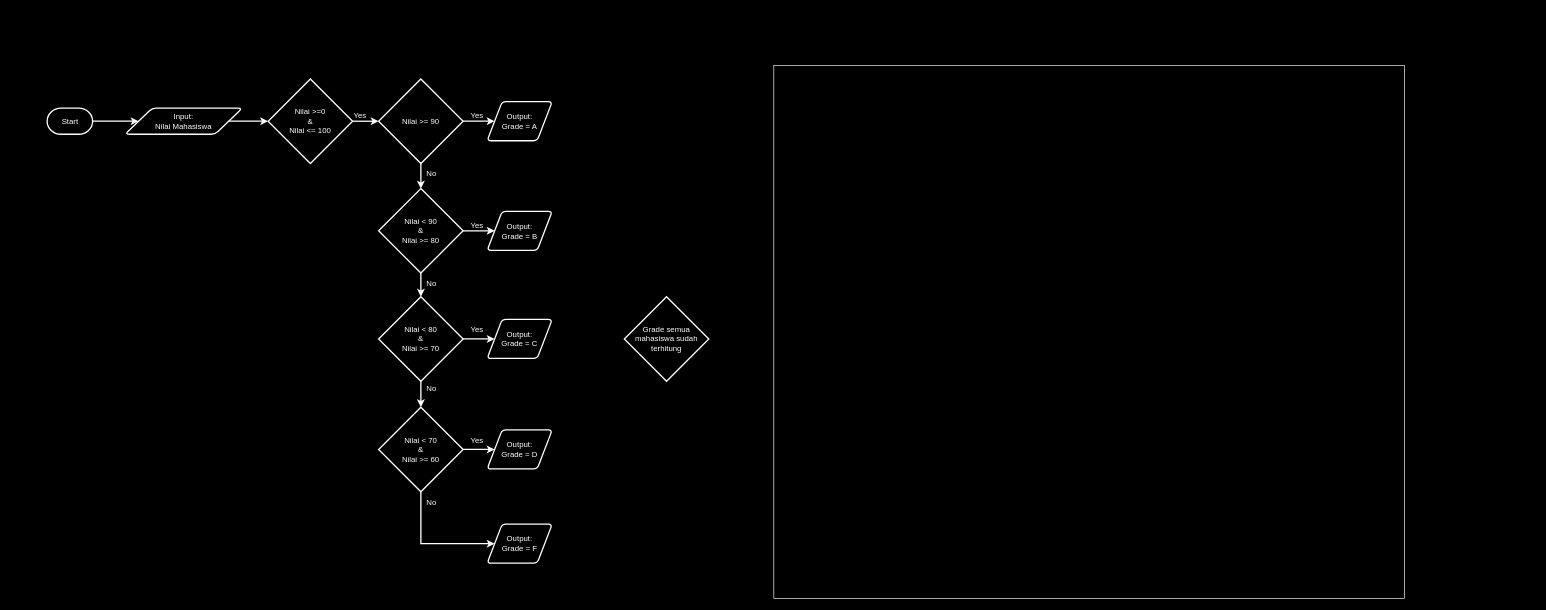
This is COMP6112036-S4-F01.drawio from danang-id/diagrams, a draw.io file, before an edit. Source tidied: cells renumbered, new cells numbered last; positions are measured from the earlier drawing's top-left corner, leaving out a move shared by most shapes. Both pictures are drawn from the tidied source at 65%, with x=0, y=0 at pixel (47, 65).
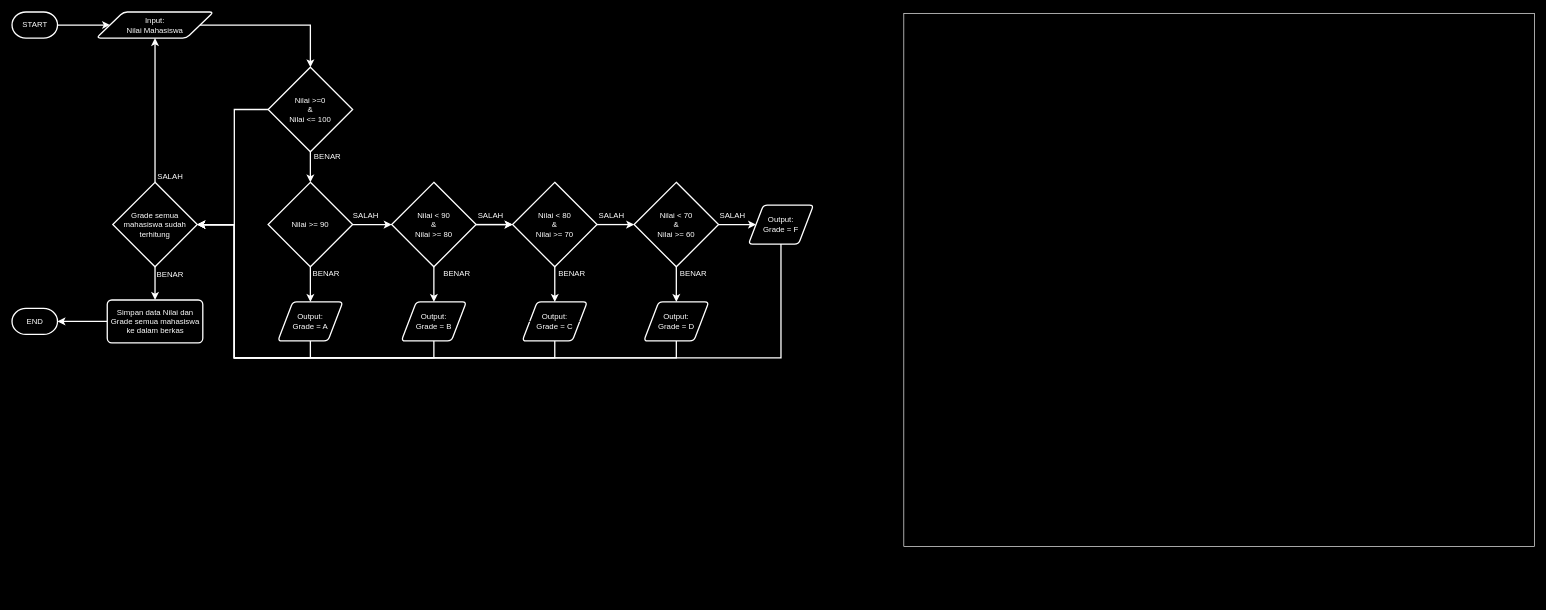
The same page after the edit.

The change refers to these unchanged cells:
```xml
<mxCell id="9" style="edgeStyle=orthogonalEdgeStyle;rounded=0;jettySize=auto;html=1;fontSize=12;fillColor=#000000;strokeColor=#FFFFFF;fontColor=#FFFFFF;strokeWidth=2;" parent="1" edge="1" source="6" target="8">
  <mxGeometry relative="1" as="geometry" />
</mxCell>
<mxCell id="12" style="edgeStyle=orthogonalEdgeStyle;rounded=0;jettySize=auto;html=1;fontSize=12;fillColor=#000000;strokeColor=#FFFFFF;fontColor=#FFFFFF;strokeWidth=2;" parent="1" edge="1" source="8" target="11">
  <mxGeometry relative="1" as="geometry" />
</mxCell>
<mxCell id="15" style="edgeStyle=orthogonalEdgeStyle;rounded=0;jettySize=auto;html=1;fontSize=12;fillColor=#000000;strokeColor=#FFFFFF;fontColor=#FFFFFF;strokeWidth=2;" parent="1" edge="1" source="8" target="14">
  <mxGeometry relative="1" as="geometry" />
</mxCell>
<mxCell id="21" style="edgeStyle=orthogonalEdgeStyle;rounded=0;jettySize=auto;html=1;fontSize=12;fillColor=#000000;strokeColor=#FFFFFF;fontColor=#FFFFFF;strokeWidth=2;" parent="1" edge="1" source="14" target="20">
  <mxGeometry relative="1" as="geometry" />
</mxCell>
<mxCell id="29" style="edgeStyle=orthogonalEdgeStyle;rounded=0;jettySize=auto;html=1;fontSize=12;fillColor=#000000;strokeColor=#FFFFFF;fontColor=#FFFFFF;strokeWidth=2;" parent="1" edge="1" source="20" target="28">
  <mxGeometry relative="1" as="geometry" />
</mxCell>
<mxCell id="32" style="edgeStyle=orthogonalEdgeStyle;rounded=0;jettySize=auto;html=1;fontSize=12;fillColor=#000000;strokeColor=#FFFFFF;fontColor=#FFFFFF;strokeWidth=2;" parent="1" edge="1" source="20" target="31">
  <mxGeometry relative="1" as="geometry" />
</mxCell>
<mxCell id="35" style="edgeStyle=orthogonalEdgeStyle;rounded=0;jettySize=auto;html=1;fontSize=12;fillColor=#000000;strokeColor=#FFFFFF;fontColor=#FFFFFF;strokeWidth=2;" parent="1" edge="1" source="31" target="34">
  <mxGeometry relative="1" as="geometry" />
</mxCell>
```

Diff of the diagram source:
```diff
@@
     <mxCell id="2" style="rounded=0;whiteSpace=wrap;html=1;strokeColor=#FFFFFF;fillColor=#000000;" parent="1" vertex="1">
-      <mxGeometry x="1118" width="970" height="820" as="geometry" />
+      <mxGeometry x="1318" y="-80" width="970" height="820" as="geometry" />
     </mxCell>
-    <mxCell id="3" value="Start" style="strokeWidth=2;html=1;shape=mxgraph.flowchart.terminator;fillColor=#000000;fontColor=#FFFFFF;strokeColor=#FFFFFF;" parent="1" vertex="1">
-      <mxGeometry y="66" width="70" height="40" as="geometry" />
+    <mxCell id="3" value="START" style="strokeWidth=2;html=1;shape=mxgraph.flowchart.terminator;fillColor=#000000;fontColor=#FFFFFF;strokeColor=#FFFFFF;" parent="1" vertex="1">
+      <mxGeometry x="-54" y="-82" width="70" height="40" as="geometry" />
     </mxCell>
     <mxCell id="4" value="Input:&lt;br&gt;Nilai Mahasiswa" style="shape=parallelogram;html=1;strokeWidth=2;perimeter=parallelogramPerimeter;whiteSpace=wrap;rounded=1;arcSize=12;size=0.23;fillColor=#000000;strokeColor=#FFFFFF;fontColor=#FFFFFF;" parent="1" vertex="1">
-      <mxGeometry x="120" y="66" width="180" height="40" as="geometry" />
+      <mxGeometry x="76" y="-82" width="180" height="40" as="geometry" />
     </mxCell>
@@
+    <mxCell id="41" style="edgeStyle=orthogonalEdgeStyle;shape=connector;rounded=0;jettySize=auto;html=1;exitX=0;exitY=0.5;exitDx=0;exitDy=0;exitPerimeter=0;entryX=1;entryY=0.5;entryDx=0;entryDy=0;entryPerimeter=0;labelBackgroundColor=default;strokeColor=#FFFFFF;strokeWidth=2;fontFamily=Helvetica;fontSize=12;fontColor=#FFFFFF;endArrow=classic;fillColor=#000000;" parent="1" edge="1" source="6" target="40">
+      <mxGeometry relative="1" as="geometry">
+        <Array as="points">
+          <mxPoint x="288" y="68" />
+          <mxPoint x="288" y="245" />
+        </Array>
+      </mxGeometry>
+    </mxCell>
     <mxCell id="6" value="Nilai &amp;gt;=0&lt;br&gt;&amp;amp;&lt;br&gt;Nilai &amp;lt;= 100" style="strokeWidth=2;html=1;shape=mxgraph.flowchart.decision;whiteSpace=wrap;fillColor=#000000;strokeColor=#FFFFFF;fontColor=#FFFFFF;" parent="1" vertex="1">
-      <mxGeometry x="340" y="21" width="130" height="130" as="geometry" />
+      <mxGeometry x="340" y="3" width="130" height="130" as="geometry" />
     </mxCell>
@@
     <mxCell id="8" value="Nilai &amp;gt;= 90" style="strokeWidth=2;html=1;shape=mxgraph.flowchart.decision;whiteSpace=wrap;fillColor=#000000;strokeColor=#FFFFFF;fontColor=#FFFFFF;" parent="1" vertex="1">
-      <mxGeometry x="510" y="21" width="130" height="130" as="geometry" />
+      <mxGeometry x="340" y="180" width="130" height="130" as="geometry" />
     </mxCell>
@@
-    <mxCell id="10" value="Yes" style="edgeLabel;html=1;align=center;verticalAlign=middle;fontSize=12;fillColor=#000000;strokeColor=#FFFFFF;fontColor=#FFFFFF;strokeWidth=2;labelBackgroundColor=none;" parent="9" vertex="1">
+    <mxCell id="10" value="BENAR" style="edgeLabel;html=1;align=center;verticalAlign=middle;fontSize=12;fillColor=#000000;strokeColor=#FFFFFF;fontColor=#FFFFFF;strokeWidth=2;labelBackgroundColor=none;" parent="9" vertex="1">
       <mxGeometry x="0.1" y="1" relative="1" as="geometry">
-        <mxPoint x="-12" y="-9" as="offset" />
+        <mxPoint x="24" y="-19" as="offset" />
       </mxGeometry>
     </mxCell>
+    <mxCell id="42" style="edgeStyle=orthogonalEdgeStyle;shape=connector;rounded=0;jettySize=auto;html=1;exitX=0.5;exitY=1;exitDx=0;exitDy=0;entryX=1;entryY=0.5;entryDx=0;entryDy=0;entryPerimeter=0;labelBackgroundColor=default;strokeColor=#FFFFFF;strokeWidth=2;fontFamily=Helvetica;fontSize=12;fontColor=#FFFFFF;endArrow=classic;fillColor=#000000;" parent="1" edge="1" source="11" target="40">
+      <mxGeometry relative="1" as="geometry">
+        <Array as="points">
+          <mxPoint x="405" y="450" />
+          <mxPoint x="288" y="450" />
+          <mxPoint x="288" y="245" />
+        </Array>
+      </mxGeometry>
+    </mxCell>
     <mxCell id="11" value="Output:&lt;br&gt;Grade = A" style="shape=parallelogram;html=1;strokeWidth=2;perimeter=parallelogramPerimeter;whiteSpace=wrap;rounded=1;arcSize=12;size=0.23;fillColor=#000000;strokeColor=#FFFFFF;fontColor=#FFFFFF;" parent="1" vertex="1">
-      <mxGeometry x="677" y="56" width="100" height="60" as="geometry" />
+      <mxGeometry x="355" y="364" width="100" height="60" as="geometry" />
     </mxCell>
@@
-    <mxCell id="13" value="Yes" style="edgeLabel;html=1;align=center;verticalAlign=middle;fontSize=12;fillColor=#000000;strokeColor=#FFFFFF;fontColor=#FFFFFF;strokeWidth=2;labelBackgroundColor=none;" parent="12" vertex="1">
+    <mxCell id="13" value="BENAR" style="edgeLabel;html=1;align=center;verticalAlign=middle;fontSize=12;fillColor=#000000;strokeColor=#FFFFFF;fontColor=#FFFFFF;strokeWidth=2;labelBackgroundColor=none;" parent="12" vertex="1">
       <mxGeometry x="-0.08" y="9" relative="1" as="geometry">
-        <mxPoint x="1" y="-1" as="offset" />
+        <mxPoint x="14" y="-15" as="offset" />
       </mxGeometry>
     </mxCell>
+    <mxCell id="18" style="edgeStyle=orthogonalEdgeStyle;shape=connector;rounded=0;jettySize=auto;html=1;labelBackgroundColor=default;strokeColor=#FFFFFF;strokeWidth=2;fontFamily=Helvetica;fontSize=12;fontColor=#FFFFFF;endArrow=classic;fillColor=#000000;" parent="1" edge="1" source="14" target="17">
+      <mxGeometry relative="1" as="geometry" />
+    </mxCell>
     <mxCell id="14" value="Nilai &amp;lt; 90&lt;br&gt;&amp;amp;&lt;br&gt;Nilai &amp;gt;= 80" style="strokeWidth=2;html=1;shape=mxgraph.flowchart.decision;whiteSpace=wrap;fillColor=#000000;strokeColor=#FFFFFF;fontColor=#FFFFFF;" parent="1" vertex="1">
-      <mxGeometry x="510" y="189.6" width="130" height="130" as="geometry" />
+      <mxGeometry x="530" y="180" width="130" height="130" as="geometry" />
     </mxCell>
@@
-    <mxCell id="16" value="No" style="edgeLabel;html=1;align=center;verticalAlign=middle;fontSize=12;fillColor=#000000;strokeColor=#FFFFFF;fontColor=#FFFFFF;strokeWidth=2;labelBackgroundColor=none;" parent="15" vertex="1">
+    <mxCell id="16" value="SALAH" style="edgeLabel;html=1;align=center;verticalAlign=middle;fontSize=12;fillColor=#000000;strokeColor=#FFFFFF;fontColor=#FFFFFF;strokeWidth=2;labelBackgroundColor=none;" parent="15" vertex="1">
       <mxGeometry x="0.53" relative="1" as="geometry">
-        <mxPoint x="15" y="-14" as="offset" />
+        <mxPoint x="-27" y="-15" as="offset" />
       </mxGeometry>
     </mxCell>
-    <mxCell id="17" value="Output:&lt;br&gt;Grade = B" style="shape=parallelogram;html=1;strokeWidth=2;perimeter=parallelogramPerimeter;whiteSpace=wrap;rounded=1;arcSize=12;size=0.23;fillColor=#000000;strokeColor=#FFFFFF;fontColor=#FFFFFF;" parent="1" vertex="1">
-      <mxGeometry x="677" y="224.6" width="100" height="60" as="geometry" />
-    </mxCell>
-    <mxCell id="18" style="edgeStyle=orthogonalEdgeStyle;rounded=0;jettySize=auto;html=1;fontSize=12;fillColor=#000000;strokeColor=#FFFFFF;fontColor=#FFFFFF;strokeWidth=2;" parent="1" edge="1" source="14" target="17">
-      <mxGeometry relative="1" as="geometry" />
-    </mxCell>
-    <mxCell id="19" value="Yes" style="edgeLabel;html=1;align=center;verticalAlign=middle;fontSize=12;fillColor=#000000;strokeColor=#FFFFFF;fontColor=#FFFFFF;strokeWidth=2;labelBackgroundColor=none;" parent="18" vertex="1">
-      <mxGeometry x="-0.04" y="3" relative="1" as="geometry">
-        <mxPoint y="-6" as="offset" />
-      </mxGeometry>
-    </mxCell>
-    <mxCell id="20" value="Nilai &amp;lt; 80&lt;br&gt;&amp;amp;&lt;br&gt;Nilai &amp;gt;= 70" style="strokeWidth=2;html=1;shape=mxgraph.flowchart.decision;whiteSpace=wrap;fillColor=#000000;strokeColor=#FFFFFF;fontColor=#FFFFFF;" parent="1" vertex="1">
-      <mxGeometry x="510" y="356" width="130" height="130" as="geometry" />
-    </mxCell>
@@
-    <mxCell id="22" value="No" style="edgeLabel;html=1;align=center;verticalAlign=middle;fontSize=12;fillColor=#000000;strokeColor=#FFFFFF;fontColor=#FFFFFF;strokeWidth=2;labelBackgroundColor=none;" parent="21" vertex="1">
+    <mxCell id="22" value="SALAH" style="edgeLabel;html=1;align=center;verticalAlign=middle;fontSize=12;fillColor=#000000;strokeColor=#FFFFFF;fontColor=#FFFFFF;strokeWidth=2;labelBackgroundColor=none;" parent="21" vertex="1">
       <mxGeometry x="-0.66" y="-5" relative="1" as="geometry">
-        <mxPoint x="20" y="9" as="offset" />
+        <mxPoint x="11" y="-20" as="offset" />
       </mxGeometry>
     </mxCell>
-    <mxCell id="23" style="edgeStyle=orthogonalEdgeStyle;rounded=0;jettySize=auto;html=1;" parent="1" edge="1" source="28" target="40">
-      <mxGeometry relative="1" as="geometry" />
-    </mxCell>
-    <mxCell id="24" style="edgeStyle=orthogonalEdgeStyle;rounded=0;jettySize=auto;html=1;exitX=1;exitY=0.5;exitDx=0;exitDy=0;" parent="1" edge="1" source="28" target="40">
-      <mxGeometry relative="1" as="geometry" />
-    </mxCell>
-    <mxCell id="25" style="edgeStyle=orthogonalEdgeStyle;rounded=0;jettySize=auto;html=1;exitX=1;exitY=0.5;exitDx=0;exitDy=0;" parent="1" edge="1" source="28" target="40">
-      <mxGeometry relative="1" as="geometry" />
-    </mxCell>
-    <mxCell id="26" style="edgeStyle=orthogonalEdgeStyle;rounded=0;jettySize=auto;html=1;exitX=1;exitY=0.5;exitDx=0;exitDy=0;entryX=0;entryY=0.5;entryDx=0;entryDy=0;entryPerimeter=0;" parent="1" edge="1" source="28" target="40">
-      <mxGeometry relative="1" as="geometry" />
-    </mxCell>
-    <mxCell id="27" style="edgeStyle=orthogonalEdgeStyle;rounded=0;jettySize=auto;html=1;exitX=1;exitY=0.5;exitDx=0;exitDy=0;" parent="1" edge="1" source="28">
+    <mxCell id="27" style="edgeStyle=orthogonalEdgeStyle;rounded=0;jettySize=auto;html=1;exitX=1;exitY=0.5;exitDx=0;exitDy=0;" parent="1" edge="1" source="17">
       <mxGeometry relative="1" as="geometry">
-        <mxPoint x="888" y="421.2" as="targetPoint" />
+        <mxPoint x="870" y="421.2" as="targetPoint" />
       </mxGeometry>
     </mxCell>
+    <mxCell id="43" style="edgeStyle=orthogonalEdgeStyle;shape=connector;rounded=0;jettySize=auto;html=1;exitX=0.5;exitY=1;exitDx=0;exitDy=0;entryX=1;entryY=0.5;entryDx=0;entryDy=0;entryPerimeter=0;labelBackgroundColor=default;strokeColor=#FFFFFF;strokeWidth=2;fontFamily=Helvetica;fontSize=12;fontColor=#FFFFFF;endArrow=classic;fillColor=#000000;" parent="1" edge="1" source="28" target="40">
+      <mxGeometry relative="1" as="geometry">
+        <Array as="points">
+          <mxPoint x="781" y="450" />
+          <mxPoint x="288" y="450" />
+          <mxPoint x="288" y="245" />
+        </Array>
+      </mxGeometry>
+    </mxCell>
     <mxCell id="28" value="Output:&lt;br&gt;Grade = C" style="shape=parallelogram;html=1;strokeWidth=2;perimeter=parallelogramPerimeter;whiteSpace=wrap;rounded=1;arcSize=12;size=0.23;fillColor=#000000;strokeColor=#FFFFFF;fontColor=#FFFFFF;" parent="1" vertex="1">
-      <mxGeometry x="677" y="391" width="100" height="60" as="geometry" />
+      <mxGeometry x="731" y="364" width="100" height="60" as="geometry" />
     </mxCell>
@@
-    <mxCell id="30" value="Yes" style="edgeLabel;html=1;align=center;verticalAlign=middle;fontSize=12;fillColor=#000000;strokeColor=#FFFFFF;fontColor=#FFFFFF;strokeWidth=2;labelBackgroundColor=none;" parent="29" vertex="1">
+    <mxCell id="30" value="BENAR" style="edgeLabel;html=1;align=center;verticalAlign=middle;fontSize=12;fillColor=#000000;strokeColor=#FFFFFF;fontColor=#FFFFFF;strokeWidth=2;labelBackgroundColor=none;" parent="29" vertex="1">
       <mxGeometry x="-0.04" y="3" relative="1" as="geometry">
-        <mxPoint y="-12" as="offset" />
+        <mxPoint x="22" y="-16" as="offset" />
       </mxGeometry>
     </mxCell>
+    <mxCell id="38" style="edgeStyle=orthogonalEdgeStyle;shape=connector;rounded=0;jettySize=auto;html=1;labelBackgroundColor=default;strokeColor=#FFFFFF;strokeWidth=2;fontFamily=Helvetica;fontSize=12;fontColor=#FFFFFF;endArrow=classic;fillColor=#000000;" parent="1" edge="1" source="31" target="37">
+      <mxGeometry relative="1" as="geometry" />
+    </mxCell>
     <mxCell id="31" value="Nilai &amp;lt; 70&lt;br&gt;&amp;amp;&lt;br&gt;Nilai &amp;gt;= 60" style="strokeWidth=2;html=1;shape=mxgraph.flowchart.decision;whiteSpace=wrap;fillColor=#000000;strokeColor=#FFFFFF;fontColor=#FFFFFF;" parent="1" vertex="1">
-      <mxGeometry x="510" y="526" width="130" height="130" as="geometry" />
+      <mxGeometry x="903" y="180" width="130" height="130" as="geometry" />
     </mxCell>
@@
-    <mxCell id="33" value="No" style="edgeLabel;html=1;align=center;verticalAlign=middle;fontSize=12;fillColor=#000000;strokeColor=#FFFFFF;fontColor=#FFFFFF;strokeWidth=2;labelBackgroundColor=none;" parent="32" vertex="1">
+    <mxCell id="33" value="SALAH" style="edgeLabel;html=1;align=center;verticalAlign=middle;fontSize=12;fillColor=#000000;strokeColor=#FFFFFF;fontColor=#FFFFFF;strokeWidth=2;labelBackgroundColor=none;" parent="32" vertex="1">
       <mxGeometry x="-0.52" y="1" relative="1" as="geometry">
-        <mxPoint x="14" as="offset" />
+        <mxPoint x="7" y="-14" as="offset" />
       </mxGeometry>
     </mxCell>
+    <mxCell id="44" style="edgeStyle=orthogonalEdgeStyle;shape=connector;rounded=0;jettySize=auto;html=1;exitX=0.5;exitY=1;exitDx=0;exitDy=0;entryX=1;entryY=0.5;entryDx=0;entryDy=0;entryPerimeter=0;labelBackgroundColor=default;strokeColor=#FFFFFF;strokeWidth=2;fontFamily=Helvetica;fontSize=12;fontColor=#FFFFFF;endArrow=classic;fillColor=#000000;" parent="1" edge="1" source="34" target="40">
+      <mxGeometry relative="1" as="geometry">
+        <Array as="points">
+          <mxPoint x="968" y="450" />
+          <mxPoint x="288" y="450" />
+          <mxPoint x="288" y="245" />
+        </Array>
+      </mxGeometry>
+    </mxCell>
     <mxCell id="34" value="Output:&lt;br&gt;Grade = D" style="shape=parallelogram;html=1;strokeWidth=2;perimeter=parallelogramPerimeter;whiteSpace=wrap;rounded=1;arcSize=12;size=0.23;fillColor=#000000;strokeColor=#FFFFFF;fontColor=#FFFFFF;" parent="1" vertex="1">
-      <mxGeometry x="677" y="561" width="100" height="60" as="geometry" />
+      <mxGeometry x="918" y="364" width="100" height="60" as="geometry" />
     </mxCell>
@@
-    <mxCell id="36" value="Yes" style="edgeLabel;html=1;align=center;verticalAlign=middle;fontSize=12;fillColor=#000000;strokeColor=#FFFFFF;fontColor=#FFFFFF;strokeWidth=2;labelBackgroundColor=none;" parent="35" vertex="1">
+    <mxCell id="36" value="BENAR" style="edgeLabel;html=1;align=center;verticalAlign=middle;fontSize=12;fillColor=#000000;strokeColor=#FFFFFF;fontColor=#FFFFFF;strokeWidth=2;labelBackgroundColor=none;" parent="35" vertex="1">
       <mxGeometry x="-0.22" y="-4" relative="1" as="geometry">
-        <mxPoint x="1" y="-11" as="offset" />
+        <mxPoint x="29" y="-12" as="offset" />
       </mxGeometry>
     </mxCell>
+    <mxCell id="45" style="edgeStyle=orthogonalEdgeStyle;shape=connector;rounded=0;jettySize=auto;html=1;exitX=0.5;exitY=1;exitDx=0;exitDy=0;entryX=1;entryY=0.5;entryDx=0;entryDy=0;entryPerimeter=0;labelBackgroundColor=default;strokeColor=#FFFFFF;strokeWidth=2;fontFamily=Helvetica;fontSize=12;fontColor=#FFFFFF;endArrow=classic;fillColor=#000000;" parent="1" edge="1" source="37" target="40">
+      <mxGeometry relative="1" as="geometry">
+        <Array as="points">
+          <mxPoint x="1129" y="450" />
+          <mxPoint x="288" y="450" />
+          <mxPoint x="288" y="245" />
+        </Array>
+      </mxGeometry>
+    </mxCell>
     <mxCell id="37" value="Output:&lt;br&gt;Grade = F" style="shape=parallelogram;html=1;strokeWidth=2;perimeter=parallelogramPerimeter;whiteSpace=wrap;rounded=1;arcSize=12;size=0.23;fillColor=#000000;strokeColor=#FFFFFF;fontColor=#FFFFFF;" parent="1" vertex="1">
-      <mxGeometry x="677" y="706" width="100" height="60" as="geometry" />
+      <mxGeometry x="1079" y="215" width="100" height="60" as="geometry" />
     </mxCell>
-    <mxCell id="38" style="edgeStyle=orthogonalEdgeStyle;rounded=0;jettySize=auto;html=1;exitX=0.5;exitY=1;exitDx=0;exitDy=0;exitPerimeter=0;entryX=0;entryY=0.5;entryDx=0;entryDy=0;fontSize=12;fillColor=#000000;strokeColor=#FFFFFF;fontColor=#FFFFFF;strokeWidth=2;" parent="1" edge="1" source="31" target="37">
-      <mxGeometry relative="1" as="geometry">
-        <Array as="points">
-          <mxPoint x="575" y="736" />
-        </Array>
-      </mxGeometry>
-    </mxCell>
-    <mxCell id="39" value="No" style="edgeLabel;html=1;align=center;verticalAlign=middle;fontSize=12;fillColor=#000000;strokeColor=#FFFFFF;fontColor=#FFFFFF;strokeWidth=2;labelBackgroundColor=none;" parent="38" vertex="1">
-      <mxGeometry x="-0.83" y="-2" relative="1" as="geometry">
-        <mxPoint x="17" as="offset" />
-      </mxGeometry>
-    </mxCell>
+    <mxCell id="46" style="edgeStyle=orthogonalEdgeStyle;shape=connector;rounded=0;jettySize=auto;html=1;labelBackgroundColor=default;strokeColor=#FFFFFF;strokeWidth=2;fontFamily=Helvetica;fontSize=12;fontColor=#FFFFFF;endArrow=classic;fillColor=#000000;" parent="1" edge="1" source="40" target="4">
+      <mxGeometry relative="1" as="geometry" />
+    </mxCell>
+    <mxCell id="47" value="SALAH" style="edgeLabel;html=1;align=center;verticalAlign=middle;fontSize=12;fontFamily=Helvetica;fontColor=#FFFFFF;fillColor=#000000;strokeColor=#FFFFFF;labelBackgroundColor=none;strokeWidth=2;" parent="46" vertex="1">
+      <mxGeometry x="-0.14" y="2" relative="1" as="geometry">
+        <mxPoint x="24" y="85" as="offset" />
+      </mxGeometry>
+    </mxCell>
+    <mxCell id="48" style="edgeStyle=orthogonalEdgeStyle;shape=connector;rounded=0;jettySize=auto;html=1;labelBackgroundColor=default;strokeColor=#FFFFFF;strokeWidth=2;fontFamily=Helvetica;fontSize=12;fontColor=#FFFFFF;endArrow=classic;fillColor=#000000;" parent="1" edge="1" source="40" target="57">
+      <mxGeometry relative="1" as="geometry" />
+    </mxCell>
+    <mxCell id="49" value="BENAR" style="edgeLabel;html=1;align=center;verticalAlign=middle;fontSize=12;fontFamily=Helvetica;fontColor=#FFFFFF;fillColor=#000000;strokeColor=#FFFFFF;labelBackgroundColor=none;strokeWidth=2;" parent="48" vertex="1">
+      <mxGeometry x="-0.74" y="-2" relative="1" as="geometry">
+        <mxPoint x="24" y="4" as="offset" />
+      </mxGeometry>
+    </mxCell>
     <mxCell id="40" value="Grade semua mahasiswa sudah terhitung" style="strokeWidth=2;html=1;shape=mxgraph.flowchart.decision;whiteSpace=wrap;fillColor=#000000;strokeColor=#FFFFFF;fontColor=#FFFFFF;" parent="1" vertex="1">
-      <mxGeometry x="888" y="356" width="130" height="130" as="geometry" />
+      <mxGeometry x="101" y="180" width="130" height="130" as="geometry" />
     </mxCell>
+    <mxCell id="50" style="edgeStyle=orthogonalEdgeStyle;rounded=0;jettySize=auto;html=1;fontSize=12;fillColor=#000000;strokeColor=#FFFFFF;fontColor=#FFFFFF;strokeWidth=2;" parent="1" edge="1" source="14" target="20">
+      <mxGeometry relative="1" as="geometry" />
+    </mxCell>
+    <mxCell id="51" value="BENAR" style="edgeLabel;html=1;align=center;verticalAlign=middle;fontSize=12;fillColor=#000000;strokeColor=#FFFFFF;fontColor=#FFFFFF;strokeWidth=2;labelBackgroundColor=none;" parent="50" vertex="1">
+      <mxGeometry x="-0.04" y="3" relative="1" as="geometry">
+        <mxPoint x="-58" y="78" as="offset" />
+      </mxGeometry>
+    </mxCell>
+    <mxCell id="20" value="Nilai &amp;lt; 80&lt;br&gt;&amp;amp;&lt;br&gt;Nilai &amp;gt;= 70" style="strokeWidth=2;html=1;shape=mxgraph.flowchart.decision;whiteSpace=wrap;fillColor=#000000;strokeColor=#FFFFFF;fontColor=#FFFFFF;" parent="1" vertex="1">
+      <mxGeometry x="716" y="180" width="130" height="130" as="geometry" />
+    </mxCell>
+    <mxCell id="52" style="edgeStyle=orthogonalEdgeStyle;rounded=0;jettySize=auto;html=1;exitX=1;exitY=0.5;exitDx=0;exitDy=0;" parent="1" edge="1" source="28" target="17">
+      <mxGeometry relative="1" as="geometry" />
+    </mxCell>
+    <mxCell id="53" style="edgeStyle=orthogonalEdgeStyle;shape=connector;rounded=0;jettySize=auto;html=1;exitX=0.5;exitY=1;exitDx=0;exitDy=0;entryX=1;entryY=0.5;entryDx=0;entryDy=0;entryPerimeter=0;labelBackgroundColor=default;strokeColor=#FFFFFF;strokeWidth=2;fontFamily=Helvetica;fontSize=12;fontColor=#FFFFFF;endArrow=classic;fillColor=#000000;" parent="1" edge="1" source="17" target="40">
+      <mxGeometry relative="1" as="geometry">
+        <Array as="points">
+          <mxPoint x="595" y="450" />
+          <mxPoint x="288" y="450" />
+          <mxPoint x="288" y="245" />
+        </Array>
+      </mxGeometry>
+    </mxCell>
+    <mxCell id="17" value="Output:&lt;br&gt;Grade = B" style="shape=parallelogram;html=1;strokeWidth=2;perimeter=parallelogramPerimeter;whiteSpace=wrap;rounded=1;arcSize=12;size=0.23;fillColor=#000000;strokeColor=#FFFFFF;fontColor=#FFFFFF;" parent="1" vertex="1">
+      <mxGeometry x="545" y="364" width="100" height="60" as="geometry" />
+    </mxCell>
+    <mxCell id="54" value="SALAH" style="edgeLabel;html=1;align=center;verticalAlign=middle;fontSize=12;fillColor=#000000;strokeColor=#FFFFFF;fontColor=#FFFFFF;strokeWidth=2;labelBackgroundColor=none;" parent="1" vertex="1">
+      <mxGeometry x="1053" y="230" as="geometry" />
+    </mxCell>
+    <mxCell id="55" value="END" style="strokeWidth=2;html=1;shape=mxgraph.flowchart.terminator;fillColor=#000000;fontColor=#FFFFFF;strokeColor=#FFFFFF;" parent="1" vertex="1">
+      <mxGeometry x="-54" y="374" width="70" height="40" as="geometry" />
+    </mxCell>
+    <mxCell id="56" style="edgeStyle=orthogonalEdgeStyle;shape=connector;rounded=0;jettySize=auto;html=1;labelBackgroundColor=default;strokeColor=#FFFFFF;strokeWidth=2;fontFamily=Helvetica;fontSize=12;fontColor=#FFFFFF;endArrow=classic;fillColor=#000000;" parent="1" edge="1" source="57" target="55">
+      <mxGeometry relative="1" as="geometry" />
+    </mxCell>
+    <mxCell id="57" value="Simpan data Nilai dan Grade semua mahasiswa ke dalam berkas" style="rounded=1;whiteSpace=wrap;html=1;absoluteArcSize=1;arcSize=14;strokeWidth=2;fontFamily=Helvetica;fontSize=12;fontColor=#FFFFFF;fillColor=#000000;strokeColor=#FFFFFF;" parent="1" vertex="1">
+      <mxGeometry x="92.5" y="361" width="147" height="66" as="geometry" />
+    </mxCell>
```
